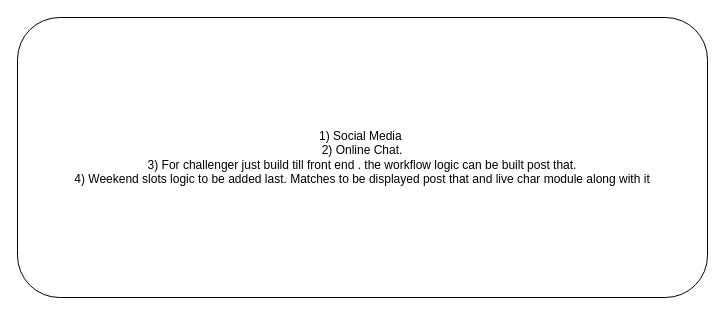
This is page "What is pending" (6 of 7) of Untitled Diagram.drawio from snair0410/cv, a draw.io file, before an edit. Source tidied: cells renumbered, new cells numbered last; positions are measured from the earlier drawing's top-left corner, leaving out a move shared by most shapes. Both pictures are drawn from the tidied source at 100%, with x=0, y=0 at pixel (17, 17).
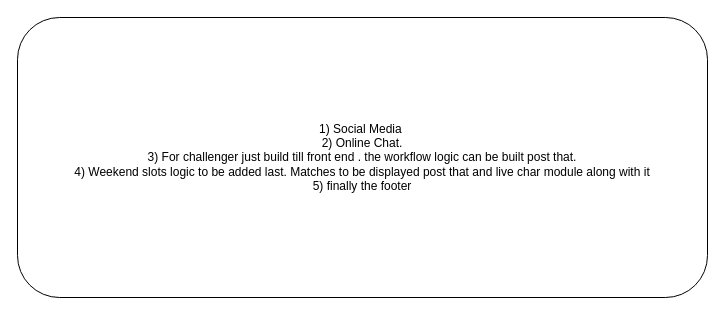
The same page after the edit.

Change to the diagram source:
```diff
@@
 <mxGraphModel>
   <root>
     <mxCell id="0" />
     <mxCell id="1" parent="0" />
-    <mxCell id="2" value="1) Social Media&amp;nbsp;&lt;br&gt;2) Online Chat.&lt;br&gt;3) For challenger just build till front end . the workflow logic can be built post that.&lt;br&gt;4) Weekend slots logic to be added last. Matches to be displayed post that and live char module along with it" style="rounded=1;whiteSpace=wrap;html=1;" parent="1" vertex="1">
+    <mxCell id="2" value="1) Social Media&amp;nbsp;&lt;br&gt;2) Online Chat.&lt;br&gt;3) For challenger just build till front end . the workflow logic can be built post that.&lt;br&gt;4) Weekend slots logic to be added last. Matches to be displayed post that and live char module along with it&lt;br&gt;5) finally the footer" style="rounded=1;whiteSpace=wrap;html=1;" parent="1" vertex="1">
       <mxGeometry width="690" height="280" as="geometry" />
     </mxCell>
   </root>
 </mxGraphModel>
```
